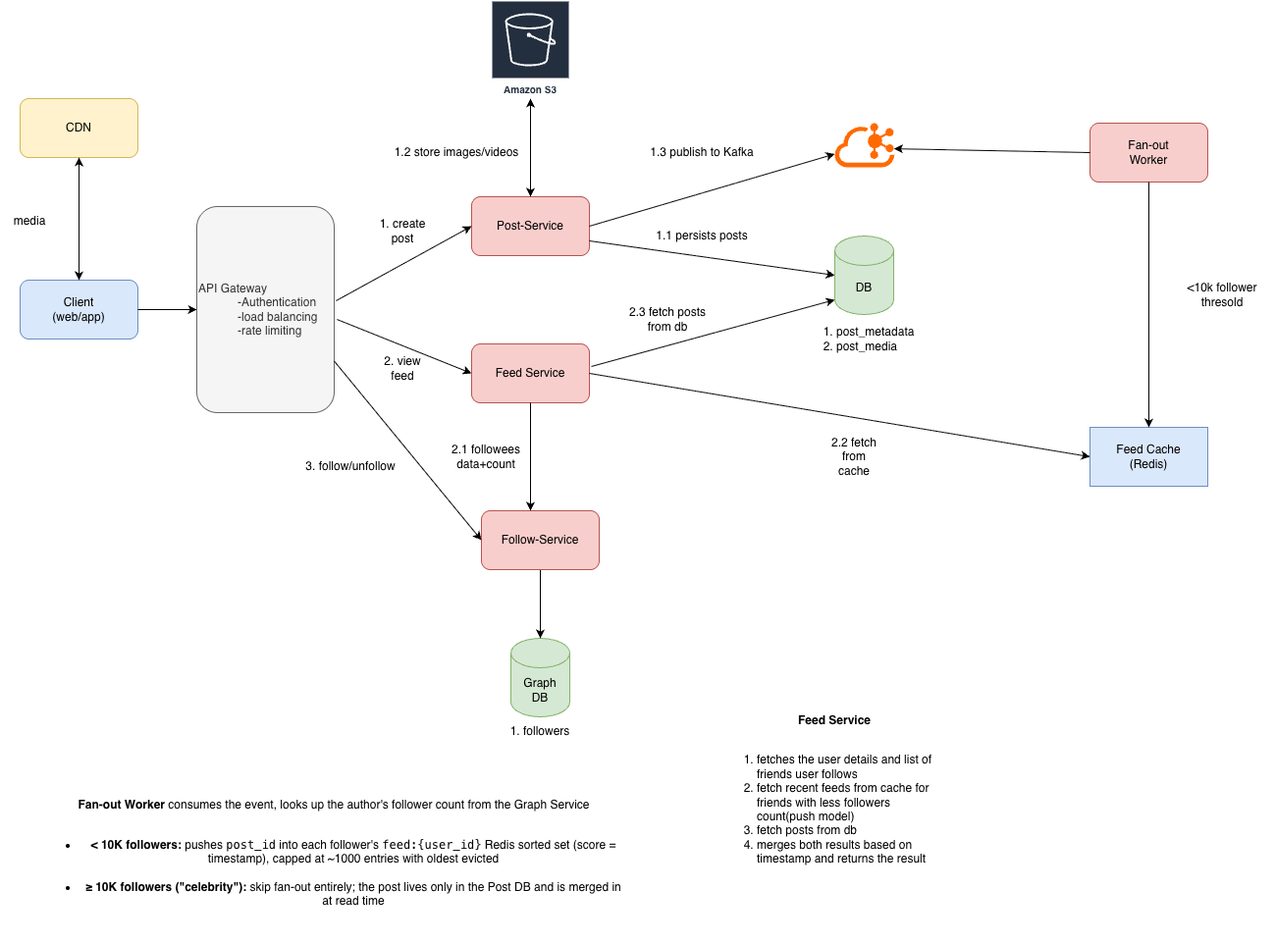
This is src/main/java/com/kumar/interview/prep/system/design/social_feed/news_feed_system_design.png from kumar2901/interview-prep, a draw.io export, as it was before one commit. Source tidied: cells renumbered, new cells last; positions are measured from the earlier drawing's top-left corner, leaving out a move shared by most shapes.
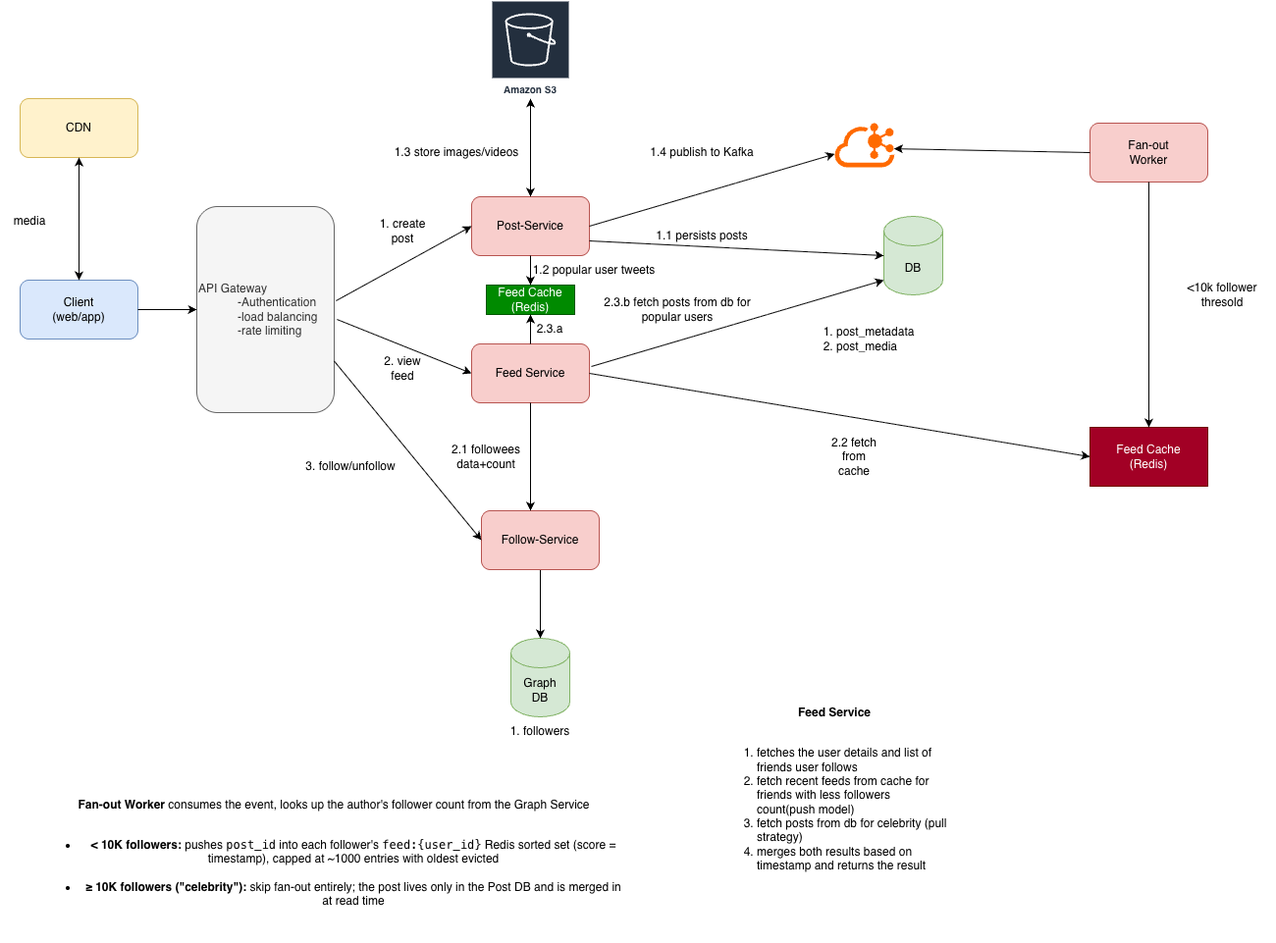
The same diagram one commit later.

Commit message:
news feeds system design

Diff of the diagram source:
```diff
@@ -18,7 +18,7 @@
       <mxGeometry relative="1" as="geometry" />
     </mxCell>
     <mxCell id="7" value="DB" style="shape=cylinder3;whiteSpace=wrap;html=1;boundedLbl=1;backgroundOutline=1;size=15;fillColor=#d5e8d4;strokeColor=#82b366;" parent="1" vertex="1">
-      <mxGeometry x="850" y="240" width="60" height="80" as="geometry" />
+      <mxGeometry x="900" y="220" width="60" height="80" as="geometry" />
     </mxCell>
     <mxCell id="8" value="&lt;ol&gt;&lt;li&gt;post_metadata&lt;/li&gt;&lt;li&gt;post_media&lt;/li&gt;&lt;/ol&gt;" style="text;html=1;whiteSpace=wrap;strokeColor=none;fillColor=none;align=left;verticalAlign=middle;rounded=0;" parent="1" vertex="1">
       <mxGeometry x="810" y="330" width="130" height="30" as="geometry" />
@@ -59,7 +59,7 @@
     <mxCell id="20" style="endArrow=classic;html=1;rounded=0;exitX=1;exitY=0.75;exitDx=0;exitDy=0;entryX=0;entryY=0.5;entryDx=0;entryDy=0;" parent="1" edge="1" source="3" target="19">
       <mxGeometry relative="1" as="geometry" />
     </mxCell>
-    <mxCell id="21" value="1.2 store images/videos" style="text;html=1;whiteSpace=wrap;strokeColor=none;fillColor=none;align=center;verticalAlign=middle;rounded=0;" parent="1" vertex="1">
+    <mxCell id="21" value="1.3 store images/videos" style="text;html=1;whiteSpace=wrap;strokeColor=none;fillColor=none;align=center;verticalAlign=middle;rounded=0;" parent="1" vertex="1">
       <mxGeometry x="400" y="140" width="130" height="30" as="geometry" />
     </mxCell>
     <mxCell id="22" value="1. create post" style="text;html=1;whiteSpace=wrap;strokeColor=none;fillColor=none;align=center;verticalAlign=middle;rounded=0;" parent="1" vertex="1">
@@ -80,7 +80,7 @@
     <mxCell id="27" style="endArrow=classic;html=1;rounded=0;exitX=1;exitY=0.5;exitDx=0;exitDy=0;" parent="1" edge="1" source="5" target="26">
       <mxGeometry relative="1" as="geometry" />
     </mxCell>
-    <mxCell id="28" value="1.3 publish to Kafka" style="text;html=1;whiteSpace=wrap;strokeColor=none;fillColor=none;align=center;verticalAlign=middle;rounded=0;" parent="1" vertex="1">
+    <mxCell id="28" value="1.4 publish to Kafka" style="text;html=1;whiteSpace=wrap;strokeColor=none;fillColor=none;align=center;verticalAlign=middle;rounded=0;" parent="1" vertex="1">
       <mxGeometry x="655" y="140" width="120" height="30" as="geometry" />
     </mxCell>
     <mxCell id="29" value="Fan-out&lt;br&gt;Worker" style="rounded=1;whiteSpace=wrap;html=1;fillColor=#f8cecc;strokeColor=#b85450;" parent="1" vertex="1">
@@ -89,7 +89,7 @@
     <mxCell id="30" style="endArrow=classic;html=1;rounded=0;entryX=0.993;entryY=0.58;entryDx=0;entryDy=0;entryPerimeter=0;exitX=0;exitY=0.5;exitDx=0;exitDy=0;" parent="1" edge="1" source="29" target="26">
       <mxGeometry relative="1" as="geometry" />
     </mxCell>
-    <mxCell id="31" value="Feed Cache&lt;br&gt;(Redis)" style="rounded=0;whiteSpace=wrap;html=1;fillColor=#dae8fc;strokeColor=#6c8ebf;" parent="1" vertex="1">
+    <mxCell id="31" value="Feed Cache&lt;br&gt;(Redis)" style="rounded=0;whiteSpace=wrap;html=1;fillColor=#a20025;strokeColor=#6F0000;fontColor=#ffffff;" parent="1" vertex="1">
       <mxGeometry x="1110" y="435" width="120" height="60" as="geometry" />
     </mxCell>
     <mxCell id="32" style="endArrow=classic;html=1;rounded=0;entryX=0;entryY=0.5;entryDx=0;entryDy=0;exitX=1;exitY=0.5;exitDx=0;exitDy=0;" parent="1" edge="1" source="14" target="31">
@@ -112,7 +112,7 @@
     <mxCell id="37" value="2.2 fetch from cache" style="text;html=1;whiteSpace=wrap;strokeColor=none;fillColor=none;align=center;verticalAlign=middle;rounded=0;" parent="1" vertex="1">
       <mxGeometry x="840" y="450" width="60" height="30" as="geometry" />
     </mxCell>
-    <mxCell id="38" value="&lt;b&gt;Feed Service&lt;/b&gt;&lt;br&gt;&lt;br&gt;&lt;ol&gt;&lt;li style=&quot;text-align: left;&quot;&gt;fetches the user details and list of friends user follows&lt;/li&gt;&lt;li style=&quot;text-align: left;&quot;&gt;fetch recent feeds from cache for friends with less followers count(push model)&amp;nbsp;&lt;/li&gt;&lt;li style=&quot;text-align: left;&quot;&gt;fetch posts from db&amp;nbsp;&lt;/li&gt;&lt;li style=&quot;text-align: left;&quot;&gt;merges both results based on timestamp and returns the result&lt;/li&gt;&lt;/ol&gt;" style="text;html=1;whiteSpace=wrap;strokeColor=none;fillColor=none;align=center;verticalAlign=middle;rounded=0;" parent="1" vertex="1">
+    <mxCell id="38" value="&lt;b&gt;Feed Service&lt;/b&gt;&lt;br&gt;&lt;br&gt;&lt;ol&gt;&lt;li style=&quot;text-align: left;&quot;&gt;fetches the user details and list of friends user follows&lt;/li&gt;&lt;li style=&quot;text-align: left;&quot;&gt;fetch recent feeds from cache for friends with less followers count(push model)&amp;nbsp;&lt;/li&gt;&lt;li style=&quot;text-align: left;&quot;&gt;fetch posts from db for celebrity (pull strategy)&lt;/li&gt;&lt;li style=&quot;text-align: left;&quot;&gt;merges both results based on timestamp and returns the result&lt;/li&gt;&lt;/ol&gt;" style="text;html=1;whiteSpace=wrap;strokeColor=none;fillColor=none;align=center;verticalAlign=middle;rounded=0;" parent="1" vertex="1">
       <mxGeometry x="730" y="720" width="240" height="180" as="geometry" />
     </mxCell>
     <mxCell id="39" style="endArrow=classic;html=1;rounded=0;entryX=0;entryY=0.5;entryDx=0;entryDy=0;entryPerimeter=0;exitX=1;exitY=0.75;exitDx=0;exitDy=0;" parent="1" edge="1" source="5" target="7">
@@ -124,8 +124,23 @@
     <mxCell id="41" style="endArrow=classic;html=1;rounded=0;entryX=0;entryY=1;entryDx=0;entryDy=-15;entryPerimeter=0;exitX=1.017;exitY=0.383;exitDx=0;exitDy=0;exitPerimeter=0;" parent="1" edge="1" source="14" target="7">
       <mxGeometry relative="1" as="geometry" />
     </mxCell>
-    <mxCell id="42" value="2.3 fetch posts from db" style="text;html=1;whiteSpace=wrap;strokeColor=none;fillColor=none;align=center;verticalAlign=middle;rounded=0;" parent="1" vertex="1">
-      <mxGeometry x="630" y="310" width="100" height="30" as="geometry" />
+    <mxCell id="42" value="2.3.b fetch posts from db for popular users" style="text;html=1;whiteSpace=wrap;strokeColor=none;fillColor=none;align=center;verticalAlign=middle;rounded=0;" parent="1" vertex="1">
+      <mxGeometry x="610" y="300" width="160" height="30" as="geometry" />
     </mxCell>
+    <mxCell id="43" value="Feed Cache&lt;br&gt;(Redis)" style="rounded=0;whiteSpace=wrap;html=1;fillColor=#008a00;strokeColor=#005700;fontColor=#ffffff;" parent="1" vertex="1">
+      <mxGeometry x="495" y="290" width="90" height="30" as="geometry" />
+    </mxCell>
+    <mxCell id="44" style="endArrow=classic;html=1;rounded=0;exitX=0.5;exitY=1;exitDx=0;exitDy=0;entryX=0.5;entryY=0;entryDx=0;entryDy=0;" parent="1" edge="1" source="5" target="43">
+      <mxGeometry relative="1" as="geometry" />
+    </mxCell>
+    <mxCell id="45" value="1.2 popular user tweets" style="text;html=1;whiteSpace=wrap;strokeColor=none;fillColor=none;align=center;verticalAlign=middle;rounded=0;" parent="1" vertex="1">
+      <mxGeometry x="530" y="260" width="150" height="30" as="geometry" />
+    </mxCell>
+    <mxCell id="46" style="endArrow=classic;html=1;rounded=0;entryX=0.5;entryY=1;entryDx=0;entryDy=0;" parent="1" edge="1" source="14" target="43">
+      <mxGeometry relative="1" as="geometry" />
+    </mxCell>
+    <mxCell id="47" value="2.3.a" style="text;html=1;whiteSpace=wrap;strokeColor=none;fillColor=none;align=center;verticalAlign=middle;rounded=0;" parent="1" vertex="1">
+      <mxGeometry x="530" y="320" width="60" height="30" as="geometry" />
+    </mxCell>
   </root>
 </mxGraphModel>
```
